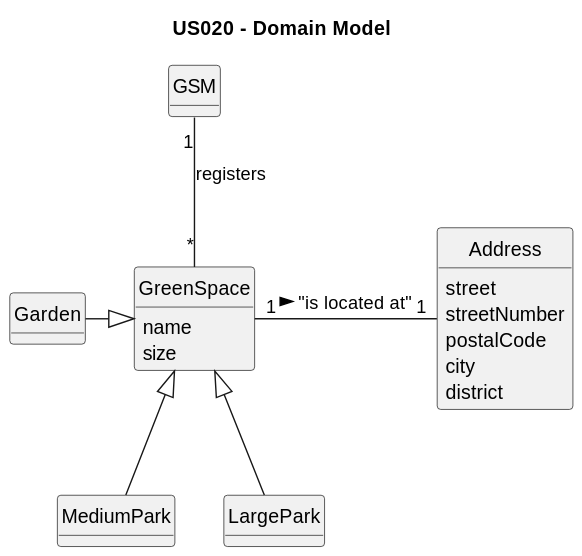
Before: docs/sprintC/us020/02.analysis/svg/us020-domain-model.svg, a diagram exported from PlantUML (Rui-San/LAPR2_2023_2024).
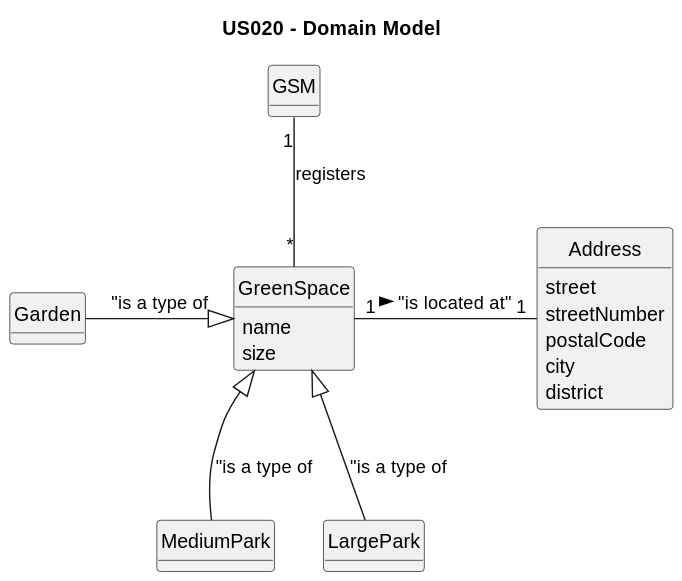
Above is the later version.

Commit message:
US20: Domain model fix

What changed in the source:
```diff
@@ -38,7 +38,7 @@
 
 GSM "1" -d- "*" GreenSpace : "registers"
 GreenSpace "1" --r "1" Address : "is located at" >
-Garden --r|> GreenSpace
-MediumPark --u|> GreenSpace
-LargePark --u|> GreenSpace
+Garden --r|> GreenSpace : "is a type of
+MediumPark --u|> GreenSpace : "is a type of
+LargePark --u|> GreenSpace : "is a type of
 @enduml
```
